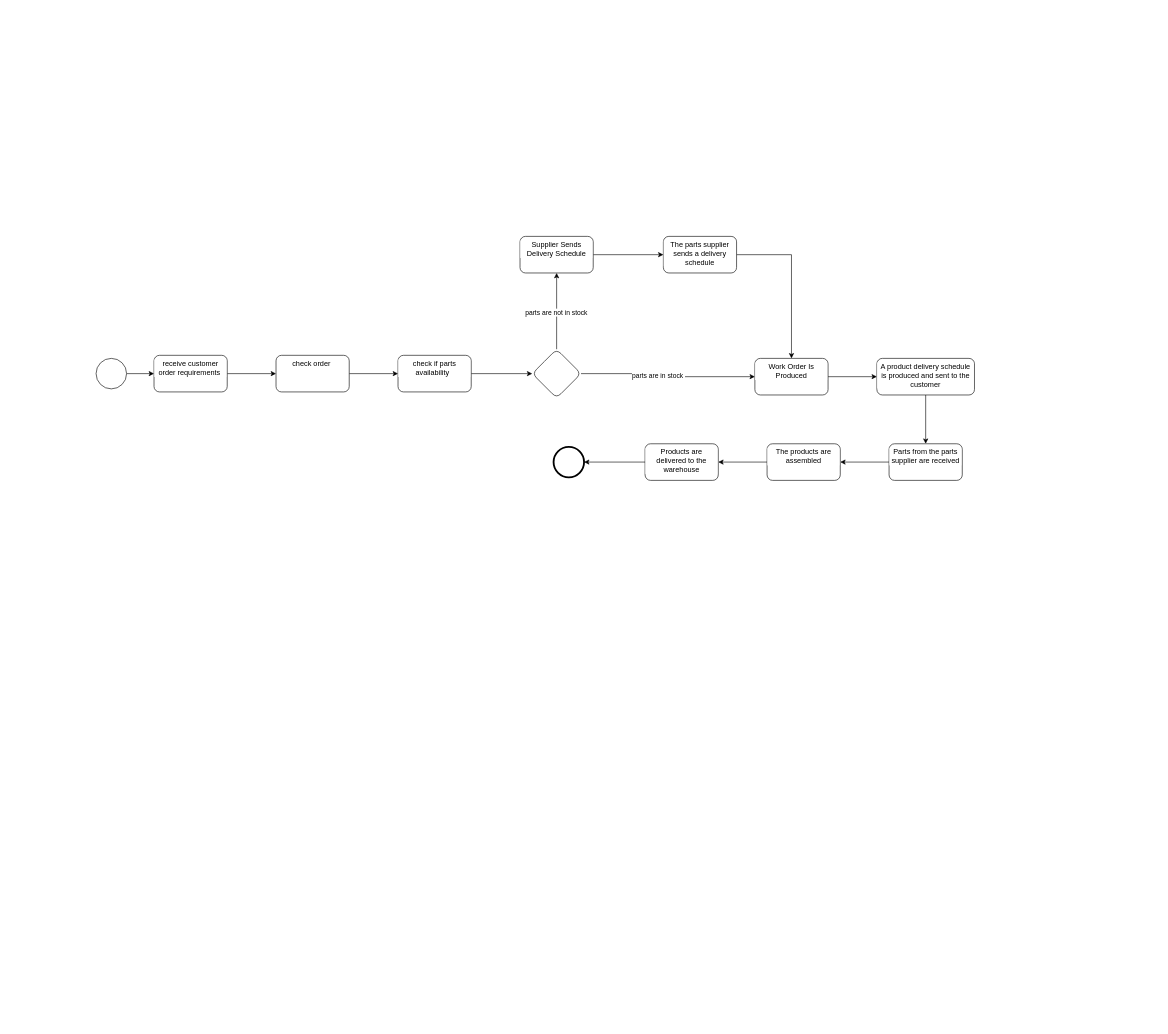
The draw.io diagram lab2.drawio in HuangKst/EnterpriseSystemArch, before the edit. Source tidied: cells renumbered, new cells numbered last; positions are measured from the earlier drawing's top-left corner, leaving out a move shared by most shapes. Both pictures are drawn from the tidied source at 61%, with x=0, y=0 at pixel (96, 236).
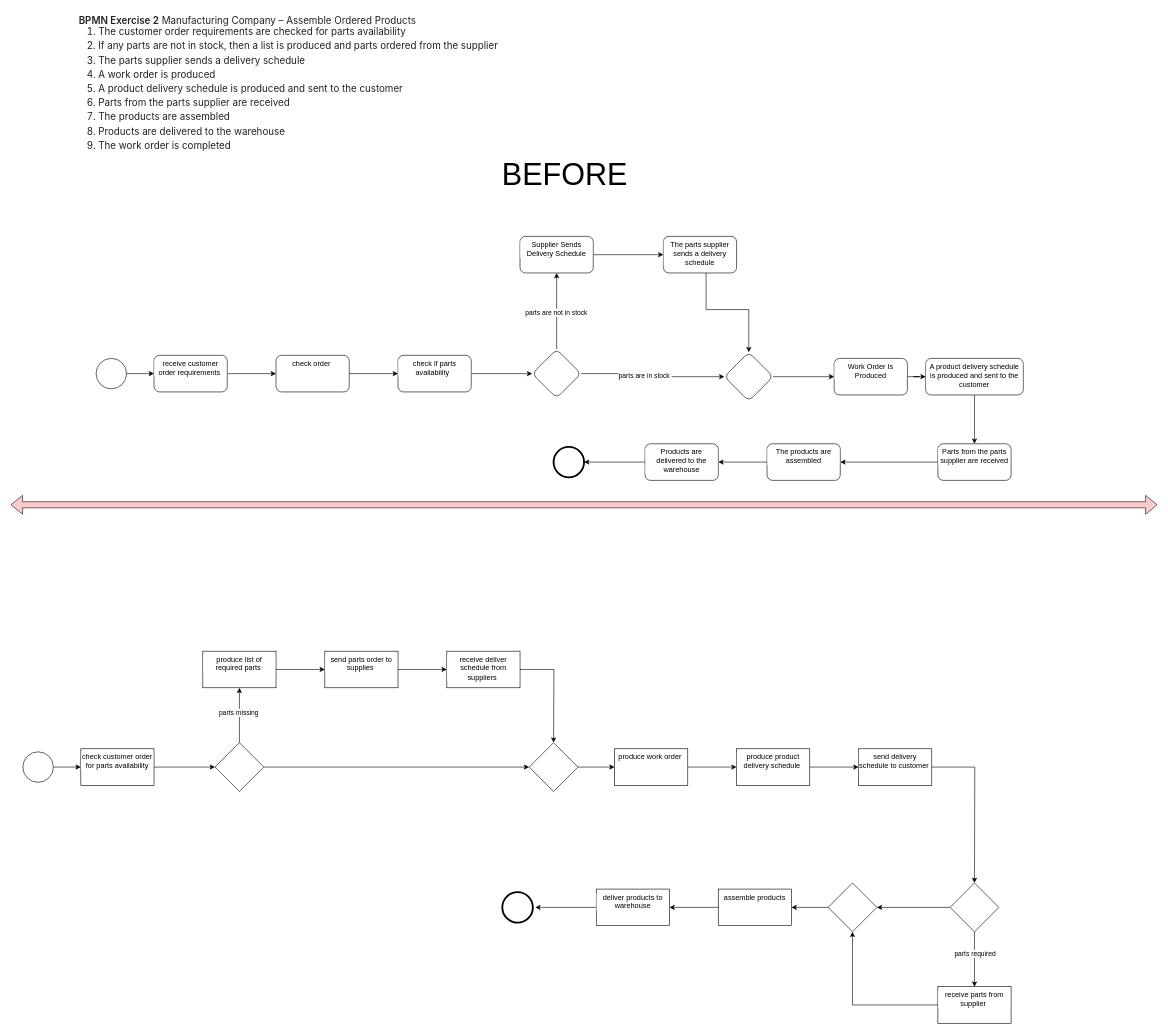
Above is the later version.

Unchanged cells that the change refers to:
```xml
<mxCell id="15" style="rhombus;whiteSpace=wrap;html=1;verticalAlign=top;rounded=1;labelBackgroundColor=#ffffff;" parent="1" vertex="1">
  <mxGeometry x="715" y="185" width="80" height="80" as="geometry" />
</mxCell>
<mxCell id="19" value="The parts supplier sends a delivery schedule" style="whiteSpace=wrap;html=1;verticalAlign=top;rounded=1;labelBackgroundColor=#ffffff;" parent="1" vertex="1">
  <mxGeometry x="930" width="120" height="60" as="geometry" />
</mxCell>
<mxCell id="27" value="The products are assembled" style="whiteSpace=wrap;html=1;verticalAlign=top;rounded=1;labelBackgroundColor=#ffffff;" parent="1" vertex="1">
  <mxGeometry x="1100" y="340" width="120" height="60" as="geometry" />
</mxCell>
```

The edit, as a diff of the source:
```diff
@@
-    <mxCell id="13" style="edgeStyle=orthogonalEdgeStyle;rounded=0;jettySize=auto;html=1;entryX=0;entryY=0.5;entryDx=0;entryDy=0;" parent="1" edge="1" source="15" target="21">
+    <mxCell id="13" style="edgeStyle=orthogonalEdgeStyle;rounded=0;jettySize=auto;html=1;entryX=0;entryY=0.5;entryDx=0;entryDy=0;" parent="1" edge="1" source="15" target="33">
       <mxGeometry relative="1" as="geometry" />
     </mxCell>
@@
-    <mxCell id="18" style="edgeStyle=orthogonalEdgeStyle;rounded=0;jettySize=auto;html=1;" parent="1" edge="1" source="19" target="21">
-      <mxGeometry relative="1" as="geometry" />
-    </mxCell>
+    <mxCell id="31" style="edgeStyle=orthogonalEdgeStyle;rounded=0;jettySize=auto;html=1;" parent="1" edge="1" source="19" target="33">
+      <mxGeometry relative="1" as="geometry">
+        <Array as="points">
+          <mxPoint x="1000" y="120" />
+          <mxPoint x="1070" y="120" />
+        </Array>
+      </mxGeometry>
+    </mxCell>
@@
     <mxCell id="21" value="Work Order Is Produced" style="whiteSpace=wrap;html=1;verticalAlign=top;rounded=1;labelBackgroundColor=#ffffff;" parent="1" vertex="1">
-      <mxGeometry x="1080" y="200" width="120" height="60" as="geometry" />
+      <mxGeometry x="1210" y="200" width="120" height="60" as="geometry" />
     </mxCell>
@@
     <mxCell id="23" value="A product delivery schedule is produced and sent to the customer" style="whiteSpace=wrap;html=1;verticalAlign=top;rounded=1;labelBackgroundColor=#ffffff;" parent="1" vertex="1">
-      <mxGeometry x="1280" y="200" width="160" height="60" as="geometry" />
+      <mxGeometry x="1360" y="200" width="160" height="60" as="geometry" />
     </mxCell>
-    <mxCell id="24" style="edgeStyle=orthogonalEdgeStyle;rounded=0;jettySize=auto;html=1;" parent="1" edge="1" source="25" target="27">
+    <mxCell id="24" style="edgeStyle=orthogonalEdgeStyle;rounded=0;jettySize=auto;html=1;entryX=1;entryY=0.5;entryDx=0;entryDy=0;" parent="1" edge="1" source="25" target="27">
       <mxGeometry relative="1" as="geometry" />
     </mxCell>
     <mxCell id="25" value="Parts from the parts supplier are received" style="whiteSpace=wrap;html=1;verticalAlign=top;rounded=1;labelBackgroundColor=#ffffff;" parent="1" vertex="1">
-      <mxGeometry x="1300" y="340" width="120" height="60" as="geometry" />
+      <mxGeometry x="1380" y="340" width="120" height="60" as="geometry" />
     </mxCell>
@@
+    <mxCell id="32" style="edgeStyle=orthogonalEdgeStyle;rounded=0;jettySize=auto;html=1;" parent="1" edge="1" source="33" target="21">
+      <mxGeometry relative="1" as="geometry" />
+    </mxCell>
+    <mxCell id="33" style="rhombus;whiteSpace=wrap;html=1;verticalAlign=top;rounded=1;labelBackgroundColor=#ffffff;" parent="1" vertex="1">
+      <mxGeometry x="1030" y="190" width="80" height="80" as="geometry" />
+    </mxCell>
+    <mxCell id="34" value="&lt;br&gt;&lt;div style=&quot;font-size: 50px;&quot;&gt;BEFORE&lt;/div&gt;" style="text;html=1;align=center;verticalAlign=middle;strokeColor=none;fillColor=none;" parent="1" vertex="1">
+      <mxGeometry x="653" y="-153" width="230" height="90" as="geometry" />
+    </mxCell>
+    <mxCell id="35" value="&lt;p dir=&quot;auto&quot; style=&quot;box-sizing: border-box; margin-top: 0px; margin-bottom: var(--base-size-16); color: rgb(31, 35, 40); font-family: -apple-system, BlinkMacSystemFont, &amp;quot;Segoe UI&amp;quot;, &amp;quot;Noto Sans&amp;quot;, Helvetica, Arial, sans-serif, &amp;quot;Apple Color Emoji&amp;quot;, &amp;quot;Segoe UI Emoji&amp;quot;; font-size: 16px; font-style: normal; font-variant-ligatures: normal; font-variant-caps: normal; font-weight: 400; letter-spacing: normal; orphans: 2; text-align: start; text-indent: 0px; text-transform: none; widows: 2; word-spacing: 0px; -webkit-text-stroke-width: 0px; white-space: normal; background-color: rgb(255, 255, 255); text-decoration-thickness: initial; text-decoration-style: initial; text-decoration-color: initial;&quot;&gt;&lt;strong style=&quot;box-sizing: border-box; font-weight: var(--base-text-weight-semibold, 600);&quot;&gt;BPMN Exercise 2&lt;/strong&gt;&lt;span&gt;&amp;nbsp;&lt;/span&gt;Manufacturing Company – Assemble Ordered Products&lt;/p&gt;&lt;ol dir=&quot;auto&quot; style=&quot;box-sizing: border-box; padding-left: 2em; margin-top: 0px; margin-bottom: var(--base-size-16); color: rgb(31, 35, 40); font-family: -apple-system, BlinkMacSystemFont, &amp;quot;Segoe UI&amp;quot;, &amp;quot;Noto Sans&amp;quot;, Helvetica, Arial, sans-serif, &amp;quot;Apple Color Emoji&amp;quot;, &amp;quot;Segoe UI Emoji&amp;quot;; font-size: 16px; font-style: normal; font-variant-ligatures: normal; font-variant-caps: normal; font-weight: 400; letter-spacing: normal; orphans: 2; text-align: start; text-indent: 0px; text-transform: none; widows: 2; word-spacing: 0px; -webkit-text-stroke-width: 0px; white-space: normal; background-color: rgb(255, 255, 255); text-decoration-thickness: initial; text-decoration-style: initial; text-decoration-color: initial;&quot;&gt;&lt;li style=&quot;box-sizing: border-box;&quot;&gt;The customer order requirements are checked for parts availability&lt;/li&gt;&lt;li style=&quot;box-sizing: border-box; margin-top: 0.25em;&quot;&gt;If any parts are not in stock, then a list is produced and parts ordered from the supplier&lt;/li&gt;&lt;li style=&quot;box-sizing: border-box; margin-top: 0.25em;&quot;&gt;The parts supplier sends a delivery schedule&lt;/li&gt;&lt;li style=&quot;box-sizing: border-box; margin-top: 0.25em;&quot;&gt;A work order is produced&lt;/li&gt;&lt;li style=&quot;box-sizing: border-box; margin-top: 0.25em;&quot;&gt;A product delivery schedule is produced and sent to the customer&lt;/li&gt;&lt;li style=&quot;box-sizing: border-box; margin-top: 0.25em;&quot;&gt;Parts from the parts supplier are received&lt;/li&gt;&lt;li style=&quot;box-sizing: border-box; margin-top: 0.25em;&quot;&gt;The products are assembled&lt;/li&gt;&lt;li style=&quot;box-sizing: border-box; margin-top: 0.25em;&quot;&gt;Products are delivered to the warehouse&lt;/li&gt;&lt;li style=&quot;box-sizing: border-box; margin-top: 0.25em;&quot;&gt;The work order is completed&lt;/li&gt;&lt;/ol&gt;" style="text;whiteSpace=wrap;html=1;" parent="1" vertex="1">
+      <mxGeometry x="-30" y="-370" width="890" height="250" as="geometry" />
+    </mxCell>
+    <mxCell id="36" style="shape=flexArrow;endArrow=classic;startArrow=classic;html=1;rounded=0;fillColor=#f8cecc;strokeColor=#33001A;" parent="1" edge="1">
+      <mxGeometry relative="1" as="geometry">
+        <mxPoint x="-140" y="440" as="sourcePoint" />
+        <mxPoint x="1740" y="440" as="targetPoint" />
+      </mxGeometry>
+    </mxCell>
+    <mxCell id="37" style="edgeStyle=orthogonalEdgeStyle;rounded=0;jettySize=auto;html=1;" parent="1" edge="1" source="38" target="40">
+      <mxGeometry relative="1" as="geometry" />
+    </mxCell>
+    <mxCell id="38" style="points=[[0.145,0.145,0],[0.5,0,0],[0.855,0.145,0],[1,0.5,0],[0.855,0.855,0],[0.5,1,0],[0.145,0.855,0],[0,0.5,0]];shape=mxgraph.bpmn.event;html=1;verticalLabelPosition=bottom;labelBackgroundColor=#ffffff;verticalAlign=top;align=center;perimeter=ellipsePerimeter;outlineConnect=0;outline=standard;symbol=general;" parent="1" vertex="1">
+      <mxGeometry x="-120" y="845" width="50" height="50" as="geometry" />
+    </mxCell>
+    <mxCell id="39" style="edgeStyle=orthogonalEdgeStyle;rounded=0;jettySize=auto;html=1;" parent="1" edge="1" source="40" target="44">
+      <mxGeometry relative="1" as="geometry" />
+    </mxCell>
+    <mxCell id="40" value="check customer order for parts availability" style="whiteSpace=wrap;html=1;verticalAlign=top;labelBackgroundColor=#ffffff;" parent="1" vertex="1">
+      <mxGeometry x="-25" y="840" width="120" height="60" as="geometry" />
+    </mxCell>
+    <mxCell id="41" style="edgeStyle=orthogonalEdgeStyle;rounded=0;jettySize=auto;html=1;" parent="1" edge="1" source="44" target="46">
+      <mxGeometry relative="1" as="geometry" />
+    </mxCell>
+    <mxCell id="42" value="parts missing" style="edgeLabel;html=1;align=center;verticalAlign=middle;" parent="41" vertex="1">
+      <mxGeometry x="0.1" y="2" relative="1" as="geometry" />
+    </mxCell>
+    <mxCell id="43" style="edgeStyle=orthogonalEdgeStyle;rounded=0;jettySize=auto;html=1;entryX=0;entryY=0.5;entryDx=0;entryDy=0;" parent="1" edge="1" source="44" target="52">
+      <mxGeometry relative="1" as="geometry" />
+    </mxCell>
+    <mxCell id="44" style="rhombus;whiteSpace=wrap;html=1;verticalAlign=top;labelBackgroundColor=#ffffff;" parent="1" vertex="1">
+      <mxGeometry x="195" y="830" width="80" height="80" as="geometry" />
+    </mxCell>
+    <mxCell id="45" style="edgeStyle=orthogonalEdgeStyle;rounded=0;jettySize=auto;html=1;" parent="1" edge="1" source="46" target="48">
+      <mxGeometry relative="1" as="geometry" />
+    </mxCell>
+    <mxCell id="46" value="produce list of required parts&amp;nbsp;" style="whiteSpace=wrap;html=1;verticalAlign=top;labelBackgroundColor=#ffffff;" parent="1" vertex="1">
+      <mxGeometry x="175" y="680" width="120" height="60" as="geometry" />
+    </mxCell>
+    <mxCell id="47" style="edgeStyle=orthogonalEdgeStyle;rounded=0;jettySize=auto;html=1;" parent="1" edge="1" source="48" target="50">
+      <mxGeometry relative="1" as="geometry" />
+    </mxCell>
+    <mxCell id="48" value="send parts order to supplies&amp;nbsp;" style="whiteSpace=wrap;html=1;verticalAlign=top;labelBackgroundColor=#ffffff;" parent="1" vertex="1">
+      <mxGeometry x="375" y="680" width="120" height="60" as="geometry" />
+    </mxCell>
+    <mxCell id="49" style="edgeStyle=orthogonalEdgeStyle;rounded=0;jettySize=auto;html=1;" parent="1" edge="1" source="50">
+      <mxGeometry relative="1" as="geometry">
+        <mxPoint x="750" y="830" as="targetPoint" />
+      </mxGeometry>
+    </mxCell>
+    <mxCell id="50" value="receive deliver schedule from suppliers&amp;nbsp;" style="whiteSpace=wrap;html=1;verticalAlign=top;labelBackgroundColor=#ffffff;" parent="1" vertex="1">
+      <mxGeometry x="575" y="680" width="120" height="60" as="geometry" />
+    </mxCell>
+    <mxCell id="51" style="edgeStyle=orthogonalEdgeStyle;rounded=0;jettySize=auto;html=1;" parent="1" edge="1" source="52" target="54">
+      <mxGeometry relative="1" as="geometry" />
+    </mxCell>
+    <mxCell id="52" style="rhombus;whiteSpace=wrap;html=1;verticalAlign=top;labelBackgroundColor=#ffffff;" parent="1" vertex="1">
+      <mxGeometry x="710" y="830" width="80" height="80" as="geometry" />
+    </mxCell>
+    <mxCell id="53" style="edgeStyle=orthogonalEdgeStyle;rounded=0;jettySize=auto;html=1;" parent="1" edge="1" source="54" target="56">
+      <mxGeometry relative="1" as="geometry" />
+    </mxCell>
+    <mxCell id="54" value="produce work order&amp;nbsp;" style="whiteSpace=wrap;html=1;verticalAlign=top;labelBackgroundColor=#ffffff;" parent="1" vertex="1">
+      <mxGeometry x="850" y="840" width="120" height="60" as="geometry" />
+    </mxCell>
+    <mxCell id="55" style="edgeStyle=orthogonalEdgeStyle;rounded=0;jettySize=auto;html=1;" parent="1" edge="1" source="56" target="58">
+      <mxGeometry relative="1" as="geometry" />
+    </mxCell>
+    <mxCell id="56" value="produce product delivery schedule&amp;nbsp;" style="whiteSpace=wrap;html=1;verticalAlign=top;labelBackgroundColor=#ffffff;" parent="1" vertex="1">
+      <mxGeometry x="1050" y="840" width="120" height="60" as="geometry" />
+    </mxCell>
+    <mxCell id="57" style="edgeStyle=orthogonalEdgeStyle;rounded=0;jettySize=auto;html=1;" parent="1" edge="1" source="58">
+      <mxGeometry relative="1" as="geometry">
+        <mxPoint x="1440" y="1060" as="targetPoint" />
+      </mxGeometry>
+    </mxCell>
+    <mxCell id="58" value="send delivery schedule to customer&amp;nbsp;" style="whiteSpace=wrap;html=1;verticalAlign=top;labelBackgroundColor=#ffffff;" parent="1" vertex="1">
+      <mxGeometry x="1250" y="840" width="120" height="60" as="geometry" />
+    </mxCell>
+    <mxCell id="59" style="edgeStyle=orthogonalEdgeStyle;rounded=0;jettySize=auto;html=1;" parent="1" edge="1" source="62">
+      <mxGeometry relative="1" as="geometry">
+        <mxPoint x="1440" y="1230" as="targetPoint" />
+      </mxGeometry>
+    </mxCell>
+    <mxCell id="60" value="parts required" style="edgeLabel;html=1;align=center;verticalAlign=middle;" parent="59" vertex="1">
+      <mxGeometry x="-0.23" relative="1" as="geometry" />
+    </mxCell>
+    <mxCell id="61" style="edgeStyle=orthogonalEdgeStyle;rounded=0;jettySize=auto;html=1;entryX=1;entryY=0.5;entryDx=0;entryDy=0;" parent="1" edge="1" source="62" target="66">
+      <mxGeometry relative="1" as="geometry" />
+    </mxCell>
+    <mxCell id="62" style="rhombus;whiteSpace=wrap;html=1;verticalAlign=top;labelBackgroundColor=#ffffff;" parent="1" vertex="1">
+      <mxGeometry x="1400" y="1060" width="80" height="80" as="geometry" />
+    </mxCell>
+    <mxCell id="63" style="edgeStyle=orthogonalEdgeStyle;rounded=0;jettySize=auto;html=1;" parent="1" edge="1" source="64" target="66">
+      <mxGeometry relative="1" as="geometry" />
+    </mxCell>
+    <mxCell id="64" value="receive parts from supplier&amp;nbsp;" style="whiteSpace=wrap;html=1;verticalAlign=top;labelBackgroundColor=#ffffff;" parent="1" vertex="1">
+      <mxGeometry x="1380" y="1230" width="120" height="60" as="geometry" />
+    </mxCell>
+    <mxCell id="65" style="edgeStyle=orthogonalEdgeStyle;rounded=0;jettySize=auto;html=1;" parent="1" edge="1" source="66" target="68">
+      <mxGeometry relative="1" as="geometry" />
+    </mxCell>
+    <mxCell id="66" style="rhombus;whiteSpace=wrap;html=1;verticalAlign=top;labelBackgroundColor=#ffffff;" parent="1" vertex="1">
+      <mxGeometry x="1200" y="1060" width="80" height="80" as="geometry" />
+    </mxCell>
+    <mxCell id="67" style="edgeStyle=orthogonalEdgeStyle;rounded=0;jettySize=auto;html=1;" parent="1" edge="1" source="68" target="70">
+      <mxGeometry relative="1" as="geometry" />
+    </mxCell>
+    <mxCell id="68" value="assemble products" style="whiteSpace=wrap;html=1;verticalAlign=top;labelBackgroundColor=#ffffff;" parent="1" vertex="1">
+      <mxGeometry x="1020" y="1070" width="120" height="60" as="geometry" />
+    </mxCell>
+    <mxCell id="69" style="edgeStyle=orthogonalEdgeStyle;rounded=0;jettySize=auto;html=1;" parent="1" edge="1" source="70">
+      <mxGeometry relative="1" as="geometry">
+        <mxPoint x="720" y="1100" as="targetPoint" />
+      </mxGeometry>
+    </mxCell>
+    <mxCell id="70" value="deliver products to warehouse" style="whiteSpace=wrap;html=1;verticalAlign=top;labelBackgroundColor=#ffffff;" parent="1" vertex="1">
+      <mxGeometry x="820" y="1070" width="120" height="60" as="geometry" />
+    </mxCell>
+    <mxCell id="71" style="shape=mxgraph.bpmn.event;html=1;verticalLabelPosition=bottom;labelBackgroundColor=#ffffff;verticalAlign=top;align=center;perimeter=ellipsePerimeter;outline=end;symbol=terminate2;" parent="1" vertex="1">
+      <mxGeometry x="666" y="1075" width="50" height="50" as="geometry" />
+    </mxCell>
```
